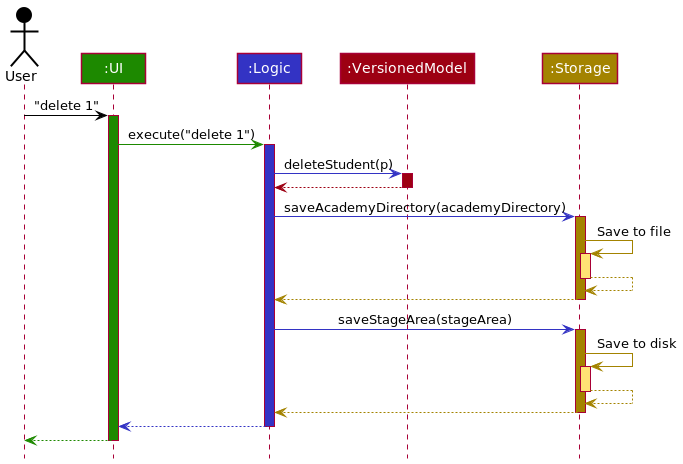
Earlier version of the PlantUML export docs/images/dg/architecture/ArchitectureSequenceDiagram.png (nus-cs2103-AY2122S1/tp).
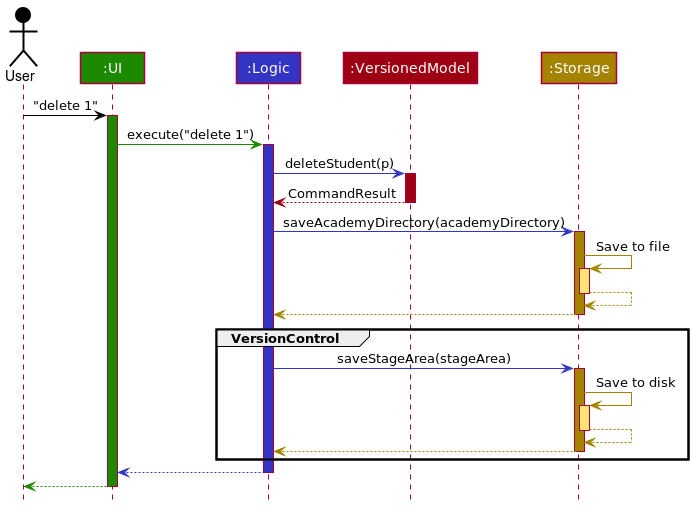
After the commit.

The edit, as a diff of the source:
```diff
@@ -16,7 +16,7 @@
 logic -[LOGIC_COLOR]> model : deleteStudent(p)
 activate model MODEL_COLOR
 
-model -[MODEL_COLOR]-> logic
+model -[MODEL_COLOR]-> logic : CommandResult
 deactivate model
 
 logic -[LOGIC_COLOR]> storage : saveAcademyDirectory(academyDirectory)
@@ -30,16 +30,18 @@
 storage --[STORAGE_COLOR]> logic
 deactivate storage
 
-logic -[LOGIC_COLOR]> storage : saveStageArea(stageArea)
-activate storage STORAGE_COLOR
+group VersionControl
+    logic -[LOGIC_COLOR]> storage : saveStageArea(stageArea)
+    activate storage STORAGE_COLOR
 
-storage -[STORAGE_COLOR]> storage : Save to disk
-activate storage STORAGE_COLOR_T1
-storage --[STORAGE_COLOR]> storage
-deactivate storage
+    storage -[STORAGE_COLOR]> storage : Save to disk
+    activate storage STORAGE_COLOR_T1
+    storage --[STORAGE_COLOR]> storage
+    deactivate storage
 
-storage --[STORAGE_COLOR]> logic
-deactivate storage
+    storage --[STORAGE_COLOR]> logic
+    deactivate storage
+end
 
 logic --[LOGIC_COLOR]> ui
 deactivate logic
```
